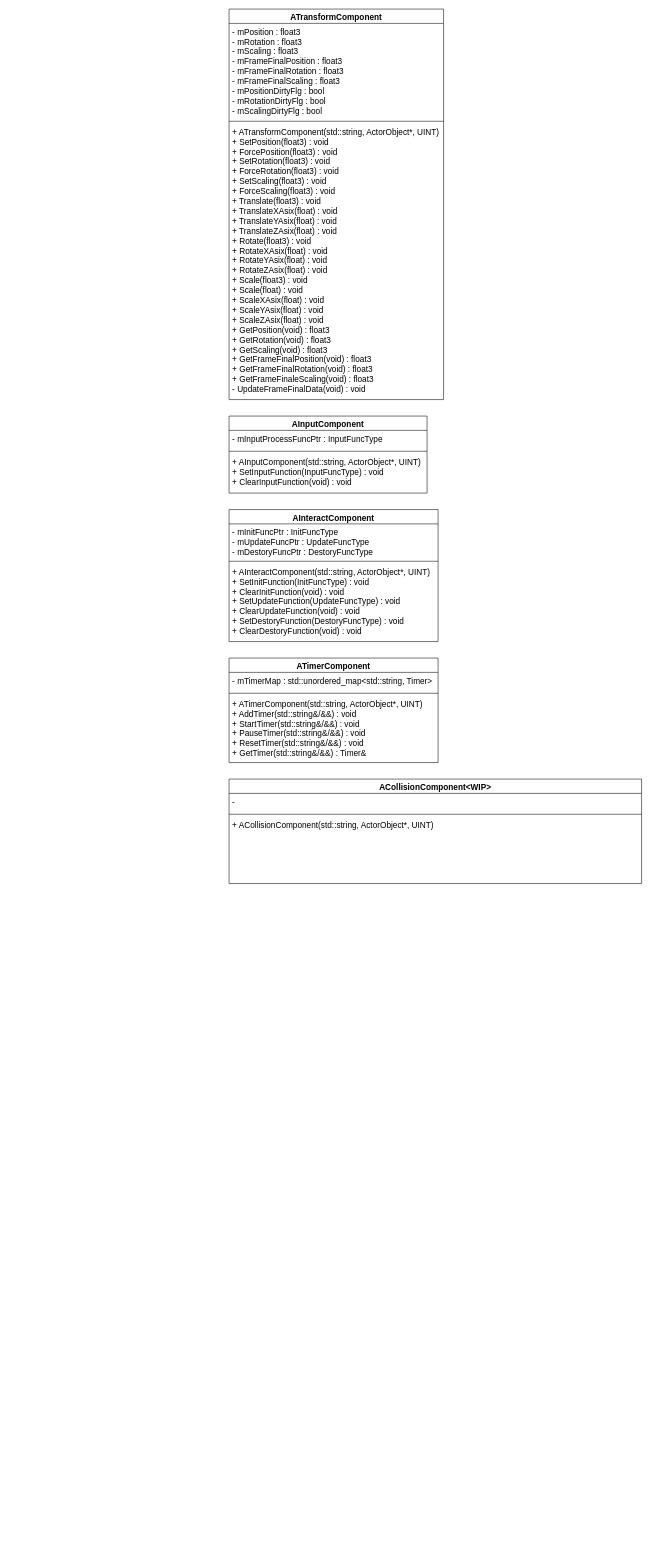
This is page "AComponent" (8 of 9) of HycFrame3D.drawio from HIBICUS-CAI/HycFrame3D, a draw.io file, before an edit. Source tidied: cells renumbered, new cells numbered last; positions are measured from the earlier drawing's top-left corner, leaving out a move shared by most shapes. Both pictures are drawn from the tidied source at 55%, with x=0, y=0 at pixel (229, 9).
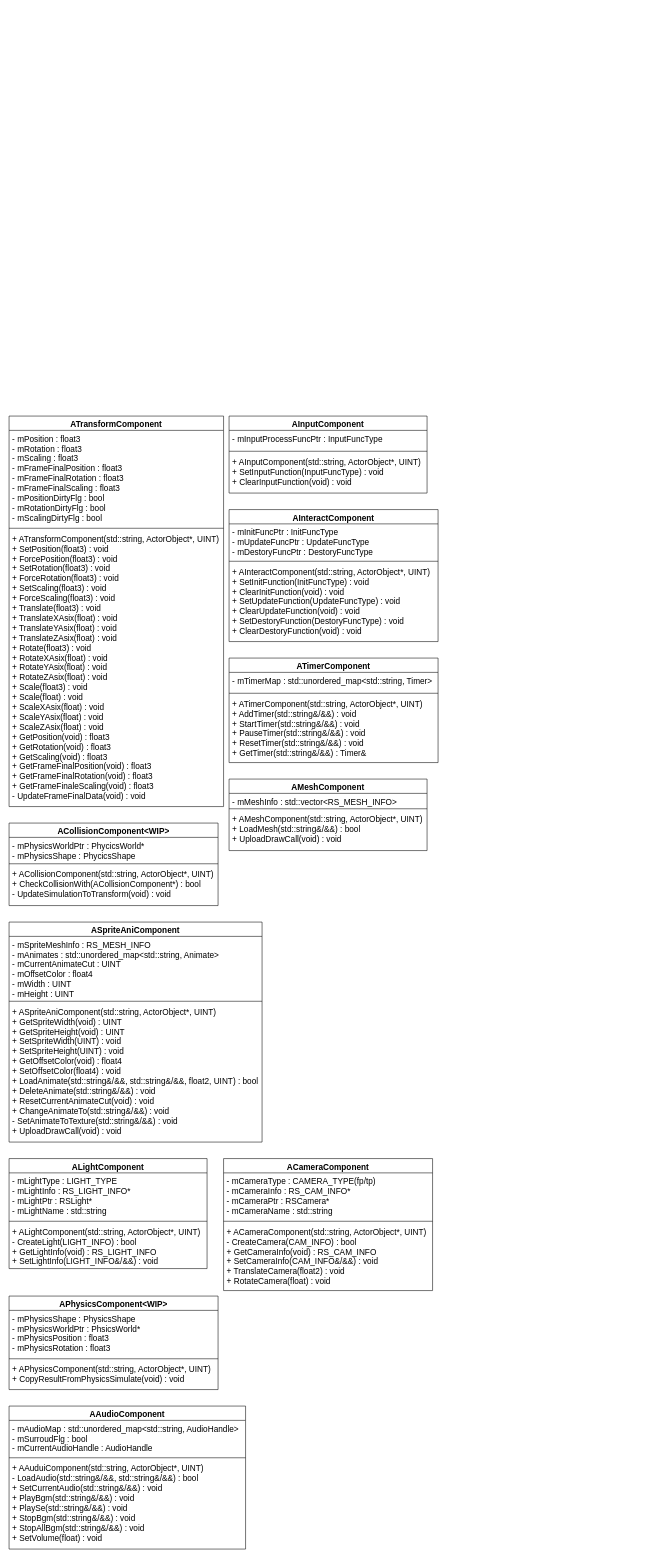
The same page after the edit.

What changed in the source:
```diff
@@
     <mxCell id="2" value="ATransformComponent" style="swimlane;fontStyle=1;align=center;verticalAlign=top;horizontal=1;startSize=26;fontSize=15;" parent="1" vertex="1">
-      <mxGeometry width="390" height="710" as="geometry" />
+      <mxGeometry x="-400" y="740" width="390" height="710" as="geometry" />
     </mxCell>
@@
     <mxCell id="18" value="ACollisionComponent&lt;WIP&gt;" style="swimlane;fontStyle=1;align=center;verticalAlign=top;horizontal=1;startSize=26;fontSize=15;" parent="1" vertex="1">
-      <mxGeometry y="1400" width="750" height="190" as="geometry" />
+      <mxGeometry x="-400" y="1480" width="380" height="150" as="geometry" />
     </mxCell>
-    <mxCell id="19" value="- " style="text;strokeColor=none;fillColor=none;align=left;verticalAlign=top;spacingLeft=4;spacingRight=4;overflow=hidden;fontSize=15;" parent="18" vertex="1">
-      <mxGeometry y="26" width="750" height="34" as="geometry" />
+    <mxCell id="19" value="- mPhysicsWorldPtr : PhycicsWorld*&#10;- mPhysicsShape : PhycicsShape" style="text;strokeColor=none;fillColor=none;align=left;verticalAlign=top;spacingLeft=4;spacingRight=4;overflow=hidden;fontSize=15;" parent="18" vertex="1">
+      <mxGeometry y="26" width="380" height="44" as="geometry" />
     </mxCell>
     <mxCell id="20" style="line;strokeWidth=1;fillColor=none;align=left;verticalAlign=middle;spacingTop=-1;spacingLeft=3;spacingRight=3;labelPosition=right;" parent="18" vertex="1">
-      <mxGeometry y="60" width="750" height="8" as="geometry" />
+      <mxGeometry y="70" width="380" height="8" as="geometry" />
     </mxCell>
-    <mxCell id="21" value="+ ACollisionComponent(std::string, ActorObject*, UINT)" style="text;strokeColor=none;fillColor=none;align=left;verticalAlign=top;spacingLeft=4;spacingRight=4;overflow=hidden;fontSize=15;" parent="18" vertex="1">
-      <mxGeometry y="68" width="750" height="122" as="geometry" />
+    <mxCell id="21" value="+ ACollisionComponent(std::string, ActorObject*, UINT)&#10;+ CheckCollisionWith(ACollisionComponent*) : bool&#10;- UpdateSimulationToTransform(void) : void" style="text;strokeColor=none;fillColor=none;align=left;verticalAlign=top;spacingLeft=4;spacingRight=4;overflow=hidden;fontSize=15;" parent="18" vertex="1">
+      <mxGeometry y="78" width="380" height="72" as="geometry" />
     </mxCell>
+    <mxCell id="22" value="ASpriteAniComponent" style="swimlane;fontStyle=1;align=center;verticalAlign=top;horizontal=1;startSize=26;fontSize=15;" parent="1" vertex="1">
+      <mxGeometry x="-400" y="1660" width="460" height="400" as="geometry" />
+    </mxCell>
+    <mxCell id="23" value="- mSpriteMeshInfo : RS_MESH_INFO&#10;- mAnimates : std::unordered_map&lt;std::string, Animate&gt;&#10;- mCurrentAnimateCut : UINT&#10;- mOffsetColor : float4&#10;- mWidth : UINT&#10;- mHeight : UINT" style="text;strokeColor=none;fillColor=none;align=left;verticalAlign=top;spacingLeft=4;spacingRight=4;overflow=hidden;fontSize=15;" parent="22" vertex="1">
+      <mxGeometry y="26" width="460" height="114" as="geometry" />
+    </mxCell>
+    <mxCell id="24" style="line;strokeWidth=1;fillColor=none;align=left;verticalAlign=middle;spacingTop=-1;spacingLeft=3;spacingRight=3;labelPosition=right;" parent="22" vertex="1">
+      <mxGeometry y="140" width="460" height="8" as="geometry" />
+    </mxCell>
+    <mxCell id="25" value="+ ASpriteAniComponent(std::string, ActorObject*, UINT)&#10;+ GetSpriteWidth(void) : UINT&#10;+ GetSpriteHeight(void) : UINT&#10;+ SetSpriteWidth(UINT) : void&#10;+ SetSpriteHeight(UINT) : void&#10;+ GetOffsetColor(void) : float4&#10;+ SetOffsetColor(float4) : void&#10;+ LoadAnimate(std::string&amp;/&amp;&amp;, std::string&amp;/&amp;&amp;, float2, UINT) : bool&#10;+ DeleteAnimate(std::string&amp;/&amp;&amp;) : void&#10;+ ResetCurrentAnimateCut(void) : void&#10;+ ChangeAnimateTo(std::string&amp;/&amp;&amp;) : void&#10;- SetAnimateToTexture(std::string&amp;/&amp;&amp;) : void&#10;+ UploadDrawCall(void) : void" style="text;strokeColor=none;fillColor=none;align=left;verticalAlign=top;spacingLeft=4;spacingRight=4;overflow=hidden;fontSize=15;" parent="22" vertex="1">
+      <mxGeometry y="148" width="460" height="252" as="geometry" />
+    </mxCell>
+    <mxCell id="26" value="AMeshComponent" style="swimlane;fontStyle=1;align=center;verticalAlign=top;horizontal=1;startSize=26;fontSize=15;" parent="1" vertex="1">
+      <mxGeometry y="1400" width="360" height="130" as="geometry" />
+    </mxCell>
+    <mxCell id="27" value="- mMeshInfo : std::vector&lt;RS_MESH_INFO&gt;" style="text;strokeColor=none;fillColor=none;align=left;verticalAlign=top;spacingLeft=4;spacingRight=4;overflow=hidden;fontSize=15;" parent="26" vertex="1">
+      <mxGeometry y="26" width="360" height="24" as="geometry" />
+    </mxCell>
+    <mxCell id="28" style="line;strokeWidth=1;fillColor=none;align=left;verticalAlign=middle;spacingTop=-1;spacingLeft=3;spacingRight=3;labelPosition=right;" parent="26" vertex="1">
+      <mxGeometry y="50" width="360" height="8" as="geometry" />
+    </mxCell>
+    <mxCell id="29" value="+ AMeshComponent(std::string, ActorObject*, UINT)&#10;+ LoadMesh(std::string&amp;/&amp;&amp;) : bool&#10;+ UploadDrawCall(void) : void" style="text;strokeColor=none;fillColor=none;align=left;verticalAlign=top;spacingLeft=4;spacingRight=4;overflow=hidden;fontSize=15;" parent="26" vertex="1">
+      <mxGeometry y="58" width="360" height="72" as="geometry" />
+    </mxCell>
+    <mxCell id="30" value="ALightComponent" style="swimlane;fontStyle=1;align=center;verticalAlign=top;horizontal=1;startSize=26;fontSize=15;" parent="1" vertex="1">
+      <mxGeometry x="-400" y="2090" width="360" height="200" as="geometry" />
+    </mxCell>
+    <mxCell id="31" value="- mLightType : LIGHT_TYPE&#10;- mLightInfo : RS_LIGHT_INFO*&#10;- mLightPtr : RSLight*&#10;- mLightName : std::string" style="text;strokeColor=none;fillColor=none;align=left;verticalAlign=top;spacingLeft=4;spacingRight=4;overflow=hidden;fontSize=15;" parent="30" vertex="1">
+      <mxGeometry y="26" width="360" height="84" as="geometry" />
+    </mxCell>
+    <mxCell id="32" style="line;strokeWidth=1;fillColor=none;align=left;verticalAlign=middle;spacingTop=-1;spacingLeft=3;spacingRight=3;labelPosition=right;" parent="30" vertex="1">
+      <mxGeometry y="110" width="360" height="8" as="geometry" />
+    </mxCell>
+    <mxCell id="33" value="+ ALightComponent(std::string, ActorObject*, UINT)&#10;- CreateLight(LIGHT_INFO) : bool&#10;+ GetLightInfo(void) : RS_LIGHT_INFO&#10;+ SetLightInfo(LIGHT_INFO&amp;/&amp;&amp;) : void" style="text;strokeColor=none;fillColor=none;align=left;verticalAlign=top;spacingLeft=4;spacingRight=4;overflow=hidden;fontSize=15;" parent="30" vertex="1">
+      <mxGeometry y="118" width="360" height="82" as="geometry" />
+    </mxCell>
+    <mxCell id="34" value="ACameraComponent" style="swimlane;fontStyle=1;align=center;verticalAlign=top;horizontal=1;startSize=26;fontSize=15;" parent="1" vertex="1">
+      <mxGeometry x="-10" y="2090" width="380" height="240" as="geometry" />
+    </mxCell>
+    <mxCell id="35" value="- mCameraType : CAMERA_TYPE(fp/tp)&#10;- mCameraInfo : RS_CAM_INFO*&#10;- mCameraPtr : RSCamera*&#10;- mCameraName : std::string" style="text;strokeColor=none;fillColor=none;align=left;verticalAlign=top;spacingLeft=4;spacingRight=4;overflow=hidden;fontSize=15;" parent="34" vertex="1">
+      <mxGeometry y="26" width="380" height="84" as="geometry" />
+    </mxCell>
+    <mxCell id="36" style="line;strokeWidth=1;fillColor=none;align=left;verticalAlign=middle;spacingTop=-1;spacingLeft=3;spacingRight=3;labelPosition=right;" parent="34" vertex="1">
+      <mxGeometry y="110" width="380" height="8" as="geometry" />
+    </mxCell>
+    <mxCell id="37" value="+ ACameraComponent(std::string, ActorObject*, UINT)&#10;- CreateCamera(CAM_INFO) : bool&#10;+ GetCameraInfo(void) : RS_CAM_INFO&#10;+ SetCameraInfo(CAM_INFO&amp;/&amp;&amp;) : void&#10;+ TranslateCamera(float2) : void&#10;+ RotateCamera(float) : void" style="text;strokeColor=none;fillColor=none;align=left;verticalAlign=top;spacingLeft=4;spacingRight=4;overflow=hidden;fontSize=15;" parent="34" vertex="1">
+      <mxGeometry y="118" width="380" height="122" as="geometry" />
+    </mxCell>
+    <mxCell id="38" value="APhysicsComponent&lt;WIP&gt;" style="swimlane;fontStyle=1;align=center;verticalAlign=top;horizontal=1;startSize=26;fontSize=15;" parent="1" vertex="1">
+      <mxGeometry x="-400" y="2340" width="380" height="170" as="geometry" />
+    </mxCell>
+    <mxCell id="39" value="- mPhysicsShape : PhysicsShape&#10;- mPhysicsWorldPtr : PhsicsWorld*&#10;- mPhysicsPosition : float3&#10;- mPhysicsRotation : float3" style="text;strokeColor=none;fillColor=none;align=left;verticalAlign=top;spacingLeft=4;spacingRight=4;overflow=hidden;fontSize=15;" parent="38" vertex="1">
+      <mxGeometry y="26" width="380" height="84" as="geometry" />
+    </mxCell>
+    <mxCell id="40" style="line;strokeWidth=1;fillColor=none;align=left;verticalAlign=middle;spacingTop=-1;spacingLeft=3;spacingRight=3;labelPosition=right;" parent="38" vertex="1">
+      <mxGeometry y="110" width="380" height="8" as="geometry" />
+    </mxCell>
+    <mxCell id="41" value="+ APhysicsComponent(std::string, ActorObject*, UINT)&#10;+ CopyResultFromPhysicsSimulate(void) : void" style="text;strokeColor=none;fillColor=none;align=left;verticalAlign=top;spacingLeft=4;spacingRight=4;overflow=hidden;fontSize=15;" parent="38" vertex="1">
+      <mxGeometry y="118" width="380" height="52" as="geometry" />
+    </mxCell>
+    <mxCell id="42" value="AAudioComponent" style="swimlane;fontStyle=1;align=center;verticalAlign=top;horizontal=1;startSize=26;fontSize=15;" parent="1" vertex="1">
+      <mxGeometry x="-400" y="2540" width="430" height="260" as="geometry" />
+    </mxCell>
+    <mxCell id="43" value="- mAudioMap : std::unordered_map&lt;std::string, AudioHandle&gt;&#10;- mSurroudFlg : bool&#10;- mCurrentAudioHandle : AudioHandle" style="text;strokeColor=none;fillColor=none;align=left;verticalAlign=top;spacingLeft=4;spacingRight=4;overflow=hidden;fontSize=15;" parent="42" vertex="1">
+      <mxGeometry y="26" width="430" height="64" as="geometry" />
+    </mxCell>
+    <mxCell id="44" style="line;strokeWidth=1;fillColor=none;align=left;verticalAlign=middle;spacingTop=-1;spacingLeft=3;spacingRight=3;labelPosition=right;" parent="42" vertex="1">
+      <mxGeometry y="90" width="430" height="8" as="geometry" />
+    </mxCell>
+    <mxCell id="45" value="+ AAuduiComponent(std::string, ActorObject*, UINT)&#10;- LoadAudio(std::string&amp;/&amp;&amp;, std::string&amp;/&amp;&amp;) : bool&#10;+ SetCurrentAudio(std::string&amp;/&amp;&amp;) : void&#10;+ PlayBgm(std::string&amp;/&amp;&amp;) : void&#10;+ PlaySe(std::string&amp;/&amp;&amp;) : void&#10;+ StopBgm(std::string&amp;/&amp;&amp;) : void&#10;+ StopAllBgm(std::string&amp;/&amp;&amp;) : void&#10;+ SetVolume(float) : void" style="text;strokeColor=none;fillColor=none;align=left;verticalAlign=top;spacingLeft=4;spacingRight=4;overflow=hidden;fontSize=15;" parent="42" vertex="1">
+      <mxGeometry y="98" width="430" height="162" as="geometry" />
+    </mxCell>
```
